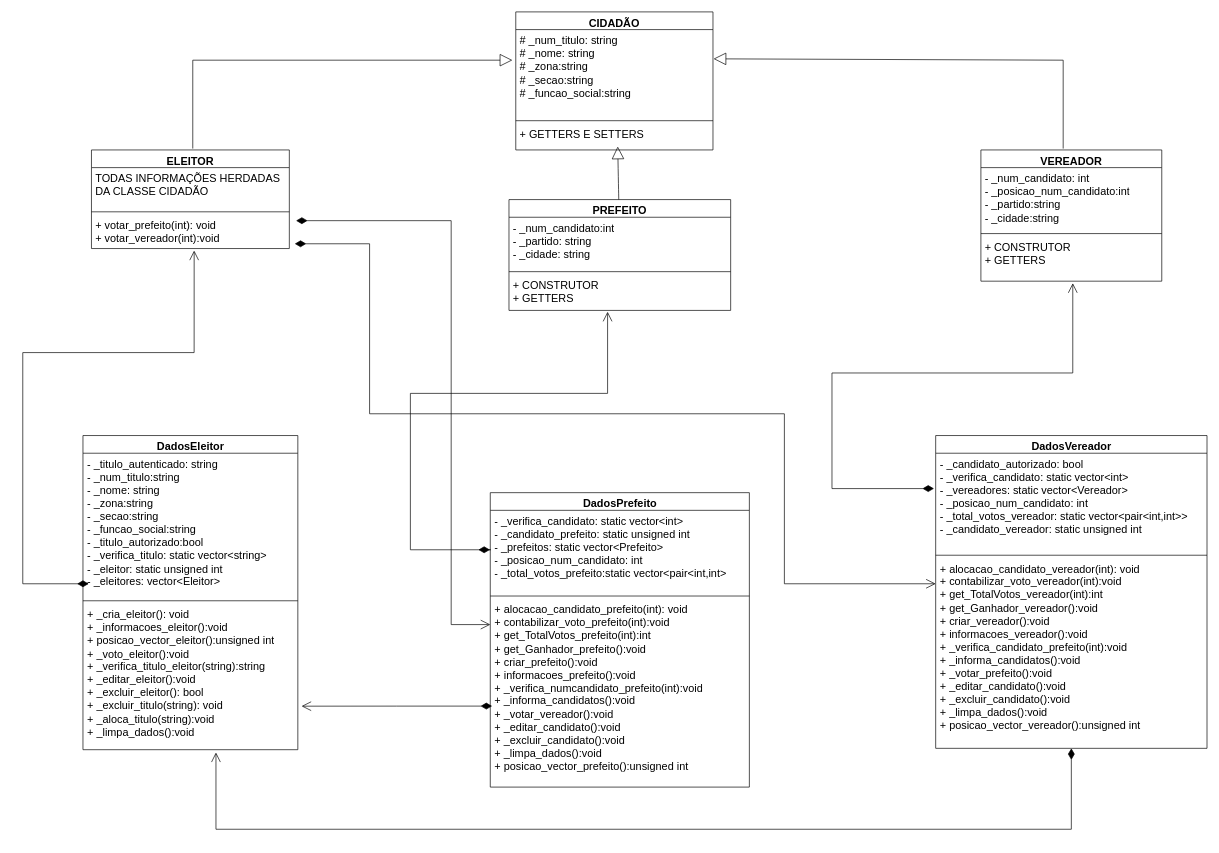
nicolasreisdev/nicolasreisdev keeps this draw.io diagram as TP2.drawio. Above is the earlier version. Source tidied: cells renumbered, new cells numbered last; positions are measured from the earlier drawing's top-left corner, leaving out a move shared by most shapes. Both pictures are drawn from the tidied source at 68%, with x=0, y=0 at pixel (22, 12).
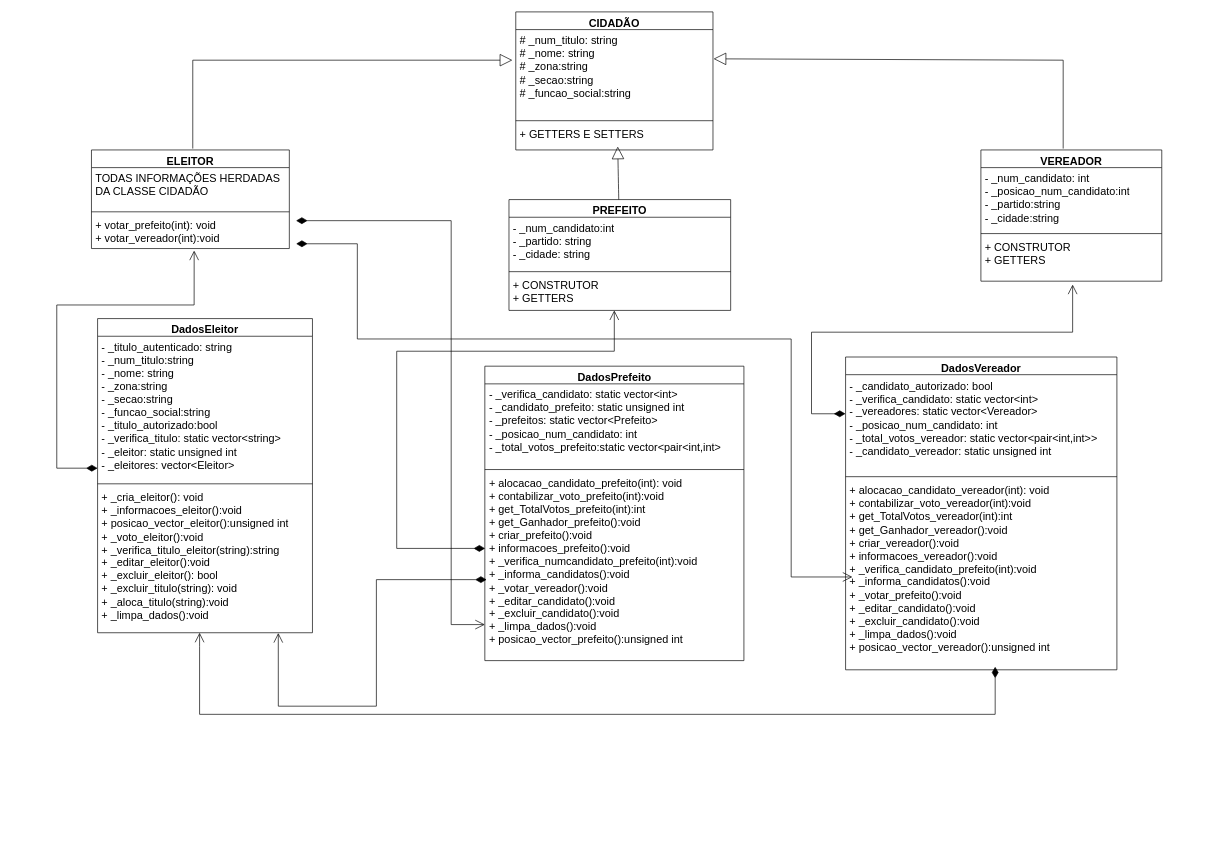
After the change.

The change refers to these unchanged cells:
```xml
<mxCell id="9" value="+ votar_prefeito(int): void&lt;br&gt;+ votar_vereador(int):void" style="text;strokeColor=none;fillColor=none;align=left;verticalAlign=top;spacingLeft=4;spacingRight=4;overflow=hidden;points=[[0,0.5],[1,0.5]];portConstraint=eastwest;whiteSpace=wrap;html=1;fontSize=16;" parent="6" vertex="1">
  <mxGeometry y="95" width="291" height="50" as="geometry" />
</mxCell>
<mxCell id="17" value="+ CONSTRUTOR&lt;br&gt;+ GETTERS" style="text;strokeColor=none;fillColor=none;align=left;verticalAlign=top;spacingLeft=4;spacingRight=4;overflow=hidden;points=[[0,0.5],[1,0.5]];portConstraint=eastwest;whiteSpace=wrap;html=1;fontSize=16;" parent="14" vertex="1">
  <mxGeometry y="127" width="266" height="66" as="geometry" />
</mxCell>
<mxCell id="21" value="+ alocacao_candidato_prefeito(int): void&lt;br&gt;+ contabilizar_voto_prefeito(int):void&lt;br&gt;+ get_TotalVotos_prefeito(int):int&lt;br&gt;+ get_Ganhador_prefeito():void&lt;br&gt;+ criar_prefeito():void&lt;br&gt;+ informacoes_prefeito():void&lt;br&gt;+ _verifica_numcandidato_prefeito(int):void&lt;br&gt;+ _informa_candidatos():void&lt;br&gt;+ _votar_vereador():void&lt;br&gt;+ _editar_candidato():void&lt;br&gt;+ _excluir_candidato():void&lt;br&gt;+ _limpa_dados():void&lt;br&gt;+ posicao_vector_prefeito():unsigned int" style="text;strokeColor=none;fillColor=none;align=left;verticalAlign=top;spacingLeft=4;spacingRight=4;overflow=hidden;points=[[0,0.5],[1,0.5]];portConstraint=eastwest;whiteSpace=wrap;html=1;fontSize=16;" parent="18" vertex="1">
  <mxGeometry y="156" width="381" height="277" as="geometry" />
</mxCell>
<mxCell id="23" value="- _titulo_autenticado: string&lt;br&gt;- _num_titulo:string&lt;br&gt;- _nome: string&lt;br&gt;- _zona:string&lt;br&gt;- _secao:string&lt;br&gt;- _funcao_social:string&lt;br&gt;- _titulo_autorizado:bool&lt;br&gt;- _verifica_titulo: static vector&amp;lt;string&amp;gt;&lt;br&gt;- _eleitor: static unsigned int&lt;br&gt;- _eleitores: vector&amp;lt;Eleitor&amp;gt;" style="text;strokeColor=none;fillColor=none;align=left;verticalAlign=top;spacingLeft=4;spacingRight=4;overflow=hidden;points=[[0,0.5],[1,0.5]];portConstraint=eastwest;whiteSpace=wrap;html=1;fontSize=16;" parent="22" vertex="1">
  <mxGeometry y="26" width="316" height="213" as="geometry" />
</mxCell>
<mxCell id="25" value="+ _cria_eleitor(): void&lt;br&gt;+ _informacoes_eleitor():void&lt;br&gt;+ posicao_vector_eleitor():unsigned int&lt;br&gt;+ _voto_eleitor():void&lt;br&gt;+ _verifica_titulo_eleitor(string):string&lt;br&gt;+ _editar_eleitor():void&lt;br&gt;+ _excluir_eleitor(): bool&lt;br&gt;+ _excluir_titulo(string): void&lt;br&gt;+ _aloca_titulo(string):void&lt;br&gt;+ _limpa_dados():void" style="text;strokeColor=none;fillColor=none;align=left;verticalAlign=top;spacingLeft=4;spacingRight=4;overflow=hidden;points=[[0,0.5],[1,0.5]];portConstraint=eastwest;whiteSpace=wrap;html=1;fontSize=16;" parent="22" vertex="1">
  <mxGeometry y="247" width="316" height="215" as="geometry" />
</mxCell>
<mxCell id="29" value="+ alocacao_candidato_vereador(int): void&lt;br style=&quot;border-color: var(--border-color);&quot;&gt;+ contabilizar_voto_vereador(int):void&lt;br style=&quot;border-color: var(--border-color);&quot;&gt;+ get_TotalVotos_vereador(int):int&lt;br style=&quot;border-color: var(--border-color);&quot;&gt;+ get_Ganhador_vereador():void&lt;br style=&quot;border-color: var(--border-color);&quot;&gt;+ criar_vereador():void&lt;br style=&quot;border-color: var(--border-color);&quot;&gt;+ informacoes_vereador():void&lt;br style=&quot;border-color: var(--border-color);&quot;&gt;+ _verifica_candidato_prefeito(int):void&lt;br style=&quot;border-color: var(--border-color);&quot;&gt;+ _informa_candidatos():void&lt;br style=&quot;border-color: var(--border-color);&quot;&gt;+ _votar_prefeito():void&lt;br style=&quot;border-color: var(--border-color);&quot;&gt;+ _editar_candidato():void&lt;br style=&quot;border-color: var(--border-color);&quot;&gt;+ _excluir_candidato():void&lt;br style=&quot;border-color: var(--border-color);&quot;&gt;+ _limpa_dados():void&lt;br style=&quot;border-color: var(--border-color);&quot;&gt;+ posicao_vector_vereador():unsigned int" style="text;strokeColor=none;fillColor=none;align=left;verticalAlign=top;spacingLeft=4;spacingRight=4;overflow=hidden;points=[[0,0.5],[1,0.5]];portConstraint=eastwest;whiteSpace=wrap;html=1;fontSize=16;" parent="26" vertex="1">
  <mxGeometry y="180" width="399" height="280" as="geometry" />
</mxCell>
```

Diff of the diagram source:
```diff
@@
     <mxCell id="18" value="DadosPrefeito" style="swimlane;fontStyle=1;align=center;verticalAlign=top;horizontal=1;startSize=26;whiteSpace=wrap;html=1;fontSize=16;" parent="1" vertex="1">
-      <mxGeometry x="687.5" y="707" width="381" height="433" as="geometry" />
+      <mxGeometry x="679.5" y="521" width="381" height="433" as="geometry" />
     </mxCell>
@@
     <mxCell id="22" value="DadosEleitor" style="swimlane;fontStyle=1;align=center;verticalAlign=top;horizontal=1;startSize=26;whiteSpace=wrap;html=1;fontSize=16;" parent="1" vertex="1">
-      <mxGeometry x="88.5" y="623" width="316" height="462" as="geometry" />
+      <mxGeometry x="110" y="451" width="316" height="462" as="geometry" />
     </mxCell>
@@
     <mxCell id="26" value="DadosVereador" style="swimlane;fontStyle=1;align=center;verticalAlign=top;horizontal=1;startSize=26;whiteSpace=wrap;html=1;fontSize=16;" parent="1" vertex="1">
-      <mxGeometry x="1342.5" y="623" width="399" height="460" as="geometry" />
+      <mxGeometry x="1210" y="507.5" width="399" height="460" as="geometry" />
     </mxCell>
@@
-    <mxCell id="33" style="endArrow=open;html=1;endSize=12;startArrow=diamondThin;startSize=14;startFill=1;edgeStyle=orthogonalEdgeStyle;align=left;verticalAlign=bottom;rounded=0;fontSize=12;entryX=0.519;entryY=1.06;entryDx=0;entryDy=0;entryPerimeter=0;" parent="1" edge="1" target="9">
+    <mxCell id="33" style="endArrow=open;html=1;endSize=12;startArrow=diamondThin;startSize=14;startFill=1;edgeStyle=orthogonalEdgeStyle;align=left;verticalAlign=bottom;rounded=0;fontSize=12;entryX=0.519;entryY=1.06;entryDx=0;entryDy=0;entryPerimeter=0;" parent="1" edge="1" source="23" target="9">
       <mxGeometry x="-0.89" y="40" relative="1" as="geometry">
-        <mxPoint x="80" y="841" as="sourcePoint" />
         <Array as="points">
-          <mxPoint x="89" y="841" />
-          <mxPoint y="841" />
-          <mxPoint y="501" />
-          <mxPoint x="252" y="501" />
+          <mxPoint x="50" y="671" />
+          <mxPoint x="50" y="431" />
+          <mxPoint x="252" y="431" />
         </Array>
       </mxGeometry>
     </mxCell>
     <mxCell id="34" style="endArrow=open;html=1;endSize=12;startArrow=diamondThin;startSize=14;startFill=1;edgeStyle=orthogonalEdgeStyle;align=left;verticalAlign=bottom;rounded=0;fontSize=12;" parent="1" edge="1">
       <mxGeometry x="-1" y="3" relative="1" as="geometry">
-        <mxPoint x="670" y="791" as="sourcePoint" />
-        <mxPoint x="860" y="441" as="targetPoint" />
+        <mxPoint x="679.9" y="789" as="sourcePoint" />
+        <mxPoint x="869.9" y="439" as="targetPoint" />
         <Array as="points">
-          <mxPoint x="688" y="791" />
-          <mxPoint x="570" y="791" />
-          <mxPoint x="570" y="561" />
-          <mxPoint x="860" y="561" />
+          <mxPoint x="549.9" y="789" />
+          <mxPoint x="549.9" y="499" />
+          <mxPoint x="869.9" y="499" />
         </Array>
       </mxGeometry>
     </mxCell>
-    <mxCell id="35" style="endArrow=open;html=1;endSize=12;startArrow=diamondThin;startSize=14;startFill=1;edgeStyle=orthogonalEdgeStyle;align=left;verticalAlign=bottom;rounded=0;fontSize=12;entryX=0.508;entryY=1.045;entryDx=0;entryDy=0;entryPerimeter=0;" parent="1" edge="1" target="17">
+    <mxCell id="35" style="endArrow=open;html=1;endSize=12;startArrow=diamondThin;startSize=14;startFill=1;edgeStyle=orthogonalEdgeStyle;align=left;verticalAlign=bottom;rounded=0;fontSize=12;" parent="1" edge="1">
       <mxGeometry x="-1" y="3" relative="1" as="geometry">
-        <mxPoint x="1340" y="701" as="sourcePoint" />
+        <mxPoint x="1209.9" y="591" as="sourcePoint" />
+        <mxPoint x="1543.9" y="401" as="targetPoint" />
         <Array as="points">
-          <mxPoint x="1190" y="701" />
-          <mxPoint x="1190" y="531" />
-          <mxPoint x="1544" y="531" />
+          <mxPoint x="1199.9" y="591" />
+          <mxPoint x="1159.9" y="591" />
+          <mxPoint x="1159.9" y="471" />
+          <mxPoint x="1543.9" y="471" />
         </Array>
       </mxGeometry>
     </mxCell>
@@
-    <mxCell id="37" style="endArrow=open;html=1;endSize=12;startArrow=diamondThin;startSize=14;startFill=1;edgeStyle=orthogonalEdgeStyle;align=left;verticalAlign=bottom;rounded=0;fontSize=12;" parent="1" edge="1">
-      <mxGeometry x="-0.97" y="-40" relative="1" as="geometry">
-        <mxPoint x="400" y="341" as="sourcePoint" />
-        <mxPoint x="1342.5" y="841" as="targetPoint" />
-        <Array as="points">
-          <mxPoint x="510" y="341" />
-          <mxPoint x="510" y="591" />
-          <mxPoint x="1120" y="591" />
-          <mxPoint x="1120" y="841" />
-        </Array>
-      </mxGeometry>
-    </mxCell>
-    <mxCell id="38" style="endArrow=open;html=1;endSize=12;startArrow=diamondThin;startSize=14;startFill=1;edgeStyle=orthogonalEdgeStyle;align=left;verticalAlign=bottom;rounded=0;fontSize=12;exitX=0.007;exitY=0.57;exitDx=0;exitDy=0;exitPerimeter=0;" parent="1" edge="1" source="21">
+    <mxCell id="38" style="endArrow=open;html=1;endSize=12;startArrow=diamondThin;startSize=14;startFill=1;edgeStyle=orthogonalEdgeStyle;align=left;verticalAlign=bottom;rounded=0;fontSize=12;exitX=0.007;exitY=0.57;exitDx=0;exitDy=0;exitPerimeter=0;entryX=0.841;entryY=1.002;entryDx=0;entryDy=0;entryPerimeter=0;" parent="1" edge="1" source="21" target="25">
       <mxGeometry x="-0.79" y="30" relative="1" as="geometry">
-        <mxPoint x="410" y="1021" as="targetPoint" />
+        <Array as="points">
+          <mxPoint x="520" y="835" />
+          <mxPoint x="520" y="1021" />
+          <mxPoint x="376" y="1021" />
+        </Array>
       </mxGeometry>
     </mxCell>
-    <mxCell id="39" style="endArrow=open;html=1;endSize=12;startArrow=diamondThin;startSize=14;startFill=1;edgeStyle=orthogonalEdgeStyle;align=left;verticalAlign=bottom;rounded=0;fontSize=12;entryX=0.619;entryY=1.019;entryDx=0;entryDy=0;entryPerimeter=0;" parent="1" edge="1" source="29" target="25">
+    <mxCell id="39" style="endArrow=open;html=1;endSize=12;startArrow=diamondThin;startSize=14;startFill=1;edgeStyle=orthogonalEdgeStyle;align=left;verticalAlign=bottom;rounded=0;fontSize=12;" parent="1" edge="1">
       <mxGeometry x="-1" y="3" relative="1" as="geometry">
+        <mxPoint x="1430" y="963" as="sourcePoint" />
+        <mxPoint x="260" y="913" as="targetPoint" />
         <Array as="points">
-          <mxPoint x="1542" y="1202" />
-          <mxPoint x="284" y="1202" />
+          <mxPoint x="1430" y="1033" />
+          <mxPoint x="260" y="1033" />
+          <mxPoint x="260" y="933" />
         </Array>
       </mxGeometry>
     </mxCell>
+    <mxCell id="37" style="endArrow=open;html=1;endSize=12;startArrow=diamondThin;startSize=14;startFill=1;edgeStyle=orthogonalEdgeStyle;align=left;verticalAlign=bottom;rounded=0;fontSize=12;" parent="1" edge="1">
+      <mxGeometry x="-0.97" y="-40" relative="1" as="geometry">
+        <mxPoint x="402" y="341" as="sourcePoint" />
+        <mxPoint x="1220" y="831" as="targetPoint" />
+        <Array as="points">
+          <mxPoint x="492" y="341" />
+          <mxPoint x="492" y="481" />
+          <mxPoint x="1130" y="481" />
+          <mxPoint x="1130" y="831" />
+        </Array>
+      </mxGeometry>
+    </mxCell>
```
